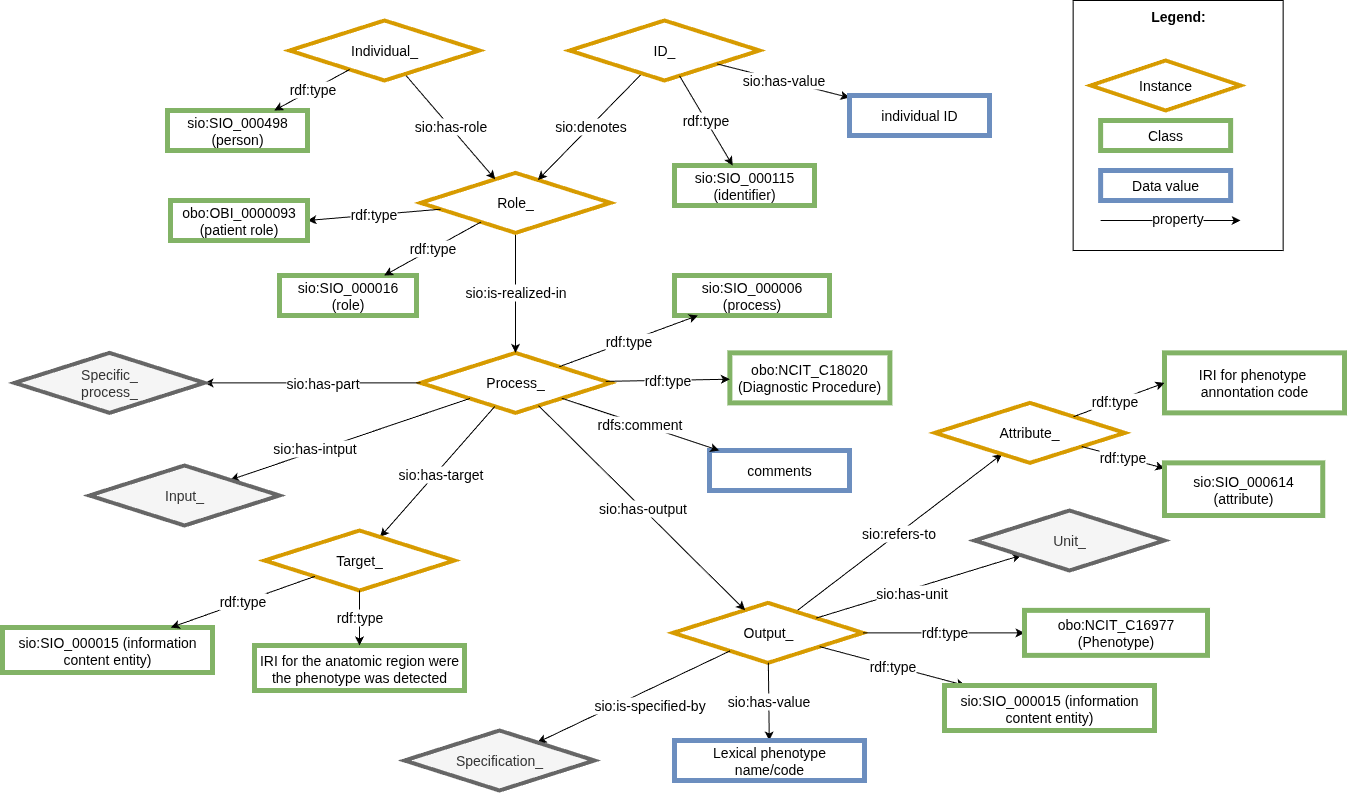
CARE-SM/CARE-Semantic-Model keeps this draw.io diagram as images/CARE-SM-Phenotype.drawio.png. Above is the earlier version. Source tidied: cells renumbered, new cells last; positions are measured from the earlier drawing's top-left corner, leaving out a move shared by most shapes.
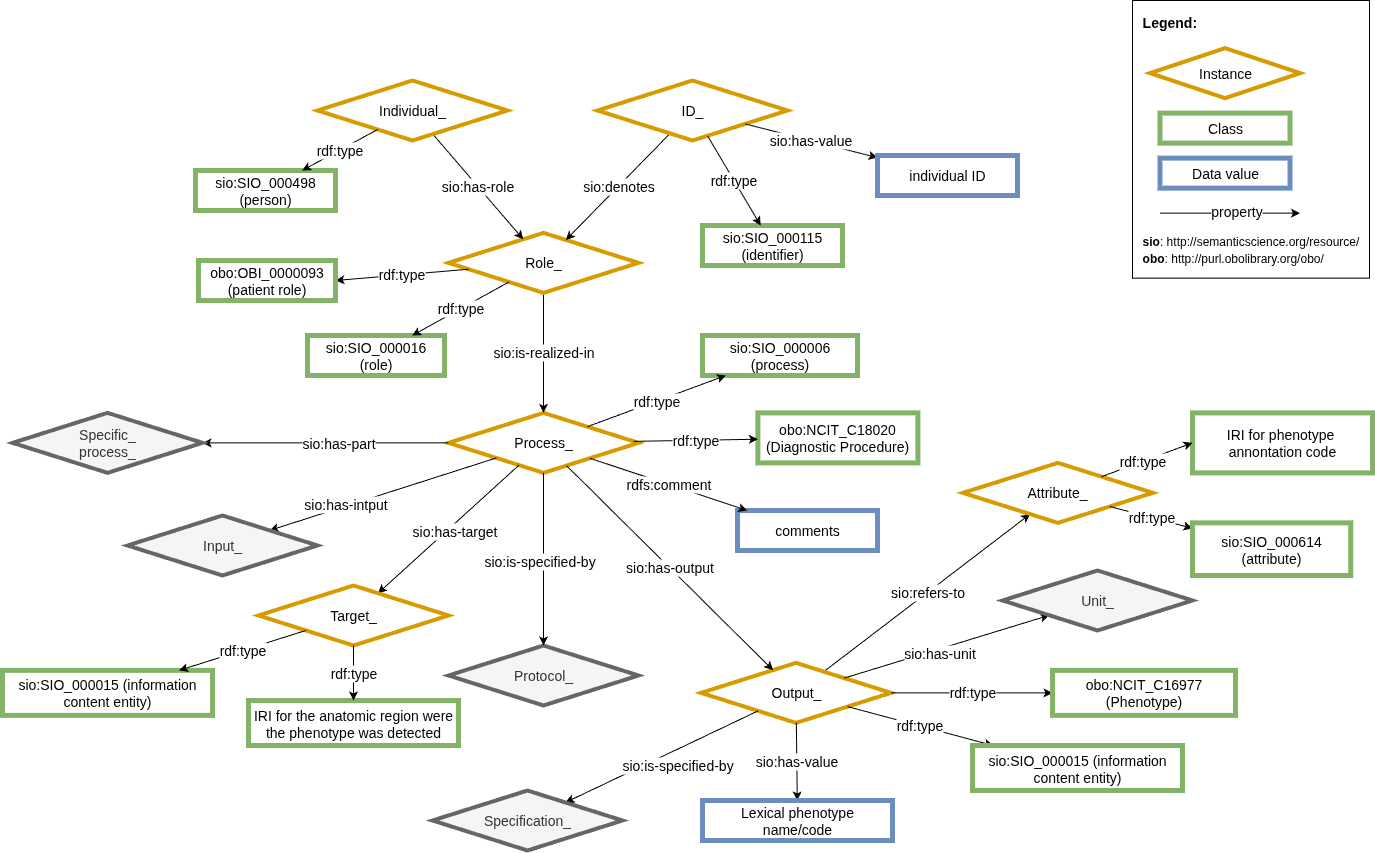
The same file after the commit.

The edit, as a diff of the source:
```diff
@@ -76,7 +76,7 @@
       <mxGeometry x="402" y="730" width="190" height="60" as="geometry" />
     </mxCell>
     <mxCell id="25" value="Input_" style="rhombus;whiteSpace=wrap;html=1;fillColor=#f5f5f5;strokeColor=#666666;perimeter=rhombusPerimeter;arcSize=20;comic=0;enumerate=0;strokeWidth=4;rounded=0;fontSize=14;fontColor=#333333;" parent="1" vertex="1">
-      <mxGeometry x="87" y="465" width="190" height="60" as="geometry" />
+      <mxGeometry x="97" y="455" width="190" height="60" as="geometry" />
     </mxCell>
     <mxCell id="26" style="edgeStyle=none;rounded=0;jettySize=auto;html=1;fontSize=14;" parent="1" edge="1" source="3" target="28">
       <mxGeometry relative="1" as="geometry" />
@@ -89,24 +89,6 @@
     <mxCell id="28" value="Unit_" style="rhombus;whiteSpace=wrap;html=1;fillColor=#f5f5f5;strokeColor=#666666;perimeter=rhombusPerimeter;arcSize=20;comic=0;enumerate=0;strokeWidth=4;rounded=0;fontSize=14;fontColor=#333333;" parent="1" vertex="1">
       <mxGeometry x="972" y="510" width="190" height="60" as="geometry" />
     </mxCell>
-    <mxCell id="29" value="&lt;div style=&quot;text-align: left; font-size: 14px;&quot;&gt;&lt;span style=&quot;background-color: initial; font-size: 14px;&quot;&gt;&lt;b style=&quot;font-size: 14px;&quot;&gt;&lt;font style=&quot;font-size: 14px;&quot;&gt;Legend:&lt;/font&gt;&lt;/b&gt;&lt;/span&gt;&lt;/div&gt;&lt;div style=&quot;text-align: left; font-size: 14px;&quot;&gt;&lt;span style=&quot;background-color: initial; font-size: 14px;&quot;&gt;&lt;br style=&quot;font-size: 14px;&quot;&gt;&lt;/span&gt;&lt;/div&gt;&lt;div style=&quot;text-align: left; font-size: 14px;&quot;&gt;&lt;span style=&quot;background-color: initial; font-size: 14px;&quot;&gt;&lt;br style=&quot;font-size: 14px;&quot;&gt;&lt;/span&gt;&lt;/div&gt;&lt;div style=&quot;text-align: left; font-size: 14px;&quot;&gt;&lt;span style=&quot;background-color: initial; font-size: 14px;&quot;&gt;&lt;br style=&quot;font-size: 14px;&quot;&gt;&lt;/span&gt;&lt;/div&gt;&lt;div style=&quot;text-align: left; font-size: 14px;&quot;&gt;&lt;br style=&quot;font-size: 14px;&quot;&gt;&lt;/div&gt;&lt;div style=&quot;text-align: left; font-size: 14px;&quot;&gt;&lt;br style=&quot;font-size: 14px;&quot;&gt;&lt;/div&gt;&lt;div style=&quot;text-align: left; font-size: 14px;&quot;&gt;&lt;br style=&quot;font-size: 14px;&quot;&gt;&lt;/div&gt;&lt;div style=&quot;text-align: left; font-size: 14px;&quot;&gt;&lt;br style=&quot;font-size: 14px;&quot;&gt;&lt;/div&gt;&lt;div style=&quot;text-align: left; font-size: 14px;&quot;&gt;&lt;br style=&quot;font-size: 14px;&quot;&gt;&lt;/div&gt;&lt;div style=&quot;text-align: left; font-size: 14px;&quot;&gt;&lt;span style=&quot;background-color: initial; font-size: 14px;&quot;&gt;&lt;br style=&quot;font-size: 14px;&quot;&gt;&lt;/span&gt;&lt;/div&gt;&lt;div style=&quot;text-align: left; font-size: 14px;&quot;&gt;&lt;span style=&quot;background-color: initial; font-size: 14px;&quot;&gt;&lt;br style=&quot;font-size: 14px;&quot;&gt;&lt;/span&gt;&lt;/div&gt;&lt;div style=&quot;text-align: left; font-size: 14px;&quot;&gt;&lt;span style=&quot;background-color: initial; font-size: 14px;&quot;&gt;&lt;br style=&quot;font-size: 14px;&quot;&gt;&lt;/span&gt;&lt;/div&gt;&lt;div style=&quot;text-align: left; font-size: 14px;&quot;&gt;&lt;span style=&quot;background-color: initial; font-size: 14px;&quot;&gt;&lt;br style=&quot;font-size: 14px;&quot;&gt;&lt;/span&gt;&lt;/div&gt;&lt;div style=&quot;text-align: left; font-size: 14px;&quot;&gt;&lt;span style=&quot;background-color: initial; font-size: 14px;&quot;&gt;&lt;br style=&quot;font-size: 14px;&quot;&gt;&lt;/span&gt;&lt;/div&gt;" style="rounded=0;whiteSpace=wrap;html=1;fontSize=14;" parent="1" vertex="1">
-      <mxGeometry x="1070.6" width="210" height="250" as="geometry" />
-    </mxCell>
-    <mxCell id="30" value="Class" style="whiteSpace=wrap;html=1;fillColor=#FFFFFF;strokeColor=#82b366;strokeWidth=5;fontSize=14;" parent="1" vertex="1">
-      <mxGeometry x="1098.1" y="120" width="130" height="30" as="geometry" />
-    </mxCell>
-    <mxCell id="31" value="Instance" style="rhombus;whiteSpace=wrap;html=1;fillColor=#FFFFFF;strokeColor=#D79B00;rotation=0;perimeter=rhombusPerimeter;arcSize=20;comic=0;enumerate=0;strokeWidth=4;rounded=0;fontSize=14;" parent="1" vertex="1">
-      <mxGeometry x="1088.1" y="60" width="150" height="50" as="geometry" />
-    </mxCell>
-    <mxCell id="32" value="Data value" style="whiteSpace=wrap;html=1;fillColor=#FFFFFF;strokeColor=#6c8ebf;strokeWidth=5;fontSize=14;" parent="1" vertex="1">
-      <mxGeometry x="1098.1" y="170" width="130" height="30" as="geometry" />
-    </mxCell>
-    <mxCell id="33" value="property" style="rounded=0;orthogonalLoop=1;jettySize=auto;html=1;exitX=1;exitY=1;exitDx=0;exitDy=0;fontSize=14;" parent="1" edge="1">
-      <mxGeometry x="0.09" y="2" relative="1" as="geometry">
-        <mxPoint x="1098.1" y="220" as="sourcePoint" />
-        <mxPoint x="1238.1" y="220" as="targetPoint" />
-      </mxGeometry>
-    </mxCell>
     <mxCell id="34" value="rdf:type" style="edgeStyle=none;rounded=0;jettySize=auto;html=1;fontSize=14;" parent="1" edge="1" source="13" target="19">
       <mxGeometry relative="1" as="geometry" />
     </mxCell>
@@ -130,7 +112,7 @@
       </mxGeometry>
     </mxCell>
     <mxCell id="40" value="Specific_&lt;div&gt;process_&lt;/div&gt;" style="rhombus;whiteSpace=wrap;html=1;fillColor=#f5f5f5;strokeColor=#666666;perimeter=rhombusPerimeter;arcSize=20;comic=0;enumerate=0;strokeWidth=4;rounded=0;fontSize=14;fontColor=#333333;" parent="1" vertex="1">
-      <mxGeometry x="12" y="352.4" width="190" height="60" as="geometry" />
+      <mxGeometry x="-18" y="352.4" width="190" height="60" as="geometry" />
     </mxCell>
     <mxCell id="41" value="rdf:type" style="edgeStyle=none;rounded=0;jettySize=auto;html=1;fontSize=14;" parent="1" edge="1" source="9" target="17">
       <mxGeometry relative="1" as="geometry" />
@@ -184,13 +166,13 @@
       <mxGeometry x="672" y="740" width="190" height="40" as="geometry" />
     </mxCell>
     <mxCell id="58" value="Target_" style="rhombus;whiteSpace=wrap;html=1;fillColor=#FFFFFF;strokeColor=#D79B00;perimeter=rhombusPerimeter;arcSize=20;comic=0;enumerate=0;strokeWidth=4;rounded=0;fontSize=14;" parent="1" vertex="1">
-      <mxGeometry x="262" y="530" width="190" height="60" as="geometry" />
+      <mxGeometry x="228" y="525" width="190" height="60" as="geometry" />
     </mxCell>
     <mxCell id="59" value="&lt;font style=&quot;font-size: 14px;&quot;&gt;sio:SIO_000015 (information content entity)&lt;/font&gt;" style="whiteSpace=wrap;html=1;fillColor=#FFFFFF;strokeColor=#82b366;strokeWidth=5;fontSize=14;" parent="1" vertex="1">
-      <mxGeometry y="627" width="210" height="45" as="geometry" />
+      <mxGeometry x="-28" y="609.9" width="210" height="45" as="geometry" />
     </mxCell>
     <mxCell id="60" value="IRI for the anatomic region were the phenotype was detected" style="whiteSpace=wrap;html=1;fillColor=#FFFFFF;strokeColor=#82b366;strokeWidth=5;fontSize=14;" parent="1" vertex="1">
-      <mxGeometry x="252" y="645" width="210" height="45" as="geometry" />
+      <mxGeometry x="218" y="640" width="210" height="45" as="geometry" />
     </mxCell>
     <mxCell id="61" value="rdf:type" style="edgeStyle=none;rounded=0;jettySize=auto;html=1;fontSize=14;" parent="1" edge="1" source="58" target="60">
       <mxGeometry relative="1" as="geometry" />
@@ -198,5 +180,34 @@
     <mxCell id="62" value="rdf:type" style="edgeStyle=none;rounded=0;jettySize=auto;html=1;fontSize=14;" parent="1" edge="1" source="58" target="59">
       <mxGeometry relative="1" as="geometry" />
     </mxCell>
+    <mxCell id="63" value="Protocol_" style="rhombus;whiteSpace=wrap;html=1;fillColor=#f5f5f5;strokeColor=#666666;perimeter=rhombusPerimeter;arcSize=20;comic=0;enumerate=0;strokeWidth=4;rounded=0;fontSize=14;fontColor=#333333;" parent="1" vertex="1">
+      <mxGeometry x="418" y="585" width="190" height="60" as="geometry" />
+    </mxCell>
+    <mxCell id="64" style="edgeStyle=none;rounded=0;jettySize=auto;html=1;strokeWidth=1;fontSize=14;" parent="1" edge="1" source="4" target="63">
+      <mxGeometry relative="1" as="geometry" />
+    </mxCell>
+    <mxCell id="65" value="sio:is-specified-by" style="edgeLabel;html=1;align=center;verticalAlign=middle;fontSize=14;" parent="64" vertex="1">
+      <mxGeometry x="-0.21" y="-1" relative="1" as="geometry">
+        <mxPoint x="-4" y="19" as="offset" />
+      </mxGeometry>
+    </mxCell>
+    <mxCell id="66" value="&lt;div style=&quot;text-align: left; font-size: 14px;&quot;&gt;&lt;span style=&quot;background-color: initial; font-size: 14px;&quot;&gt;&lt;b style=&quot;font-size: 14px;&quot;&gt;&lt;font style=&quot;font-size: 14px;&quot;&gt;Legend:&lt;/font&gt;&lt;/b&gt;&lt;/span&gt;&lt;/div&gt;&lt;div style=&quot;text-align: left; font-size: 14px;&quot;&gt;&lt;span style=&quot;background-color: initial; font-size: 14px;&quot;&gt;&lt;br style=&quot;font-size: 14px;&quot;&gt;&lt;/span&gt;&lt;/div&gt;&lt;div style=&quot;text-align: left; font-size: 14px;&quot;&gt;&lt;span style=&quot;background-color: initial; font-size: 14px;&quot;&gt;&lt;br style=&quot;font-size: 14px;&quot;&gt;&lt;/span&gt;&lt;/div&gt;&lt;div style=&quot;text-align: left; font-size: 14px;&quot;&gt;&lt;span style=&quot;background-color: initial; font-size: 14px;&quot;&gt;&lt;br style=&quot;font-size: 14px;&quot;&gt;&lt;/span&gt;&lt;/div&gt;&lt;div style=&quot;text-align: left; font-size: 14px;&quot;&gt;&lt;br style=&quot;font-size: 14px;&quot;&gt;&lt;/div&gt;&lt;div style=&quot;text-align: left; font-size: 14px;&quot;&gt;&lt;br style=&quot;font-size: 14px;&quot;&gt;&lt;/div&gt;&lt;div style=&quot;text-align: left; font-size: 14px;&quot;&gt;&lt;br style=&quot;font-size: 14px;&quot;&gt;&lt;/div&gt;&lt;div style=&quot;text-align: left; font-size: 14px;&quot;&gt;&lt;br style=&quot;font-size: 14px;&quot;&gt;&lt;/div&gt;&lt;div style=&quot;text-align: left; font-size: 14px;&quot;&gt;&lt;br style=&quot;font-size: 14px;&quot;&gt;&lt;/div&gt;&lt;div style=&quot;text-align: left; font-size: 14px;&quot;&gt;&lt;span style=&quot;background-color: initial; font-size: 14px;&quot;&gt;&lt;br style=&quot;font-size: 14px;&quot;&gt;&lt;/span&gt;&lt;/div&gt;&lt;div style=&quot;text-align: left; font-size: 14px;&quot;&gt;&lt;span style=&quot;background-color: initial; font-size: 14px;&quot;&gt;&lt;br style=&quot;font-size: 14px;&quot;&gt;&lt;/span&gt;&lt;/div&gt;&lt;div style=&quot;text-align: left; font-size: 14px;&quot;&gt;&lt;span style=&quot;background-color: initial; font-size: 14px;&quot;&gt;&lt;br style=&quot;font-size: 14px;&quot;&gt;&lt;/span&gt;&lt;/div&gt;&lt;div style=&quot;text-align: left; font-size: 14px;&quot;&gt;&lt;span style=&quot;background-color: initial; font-size: 14px;&quot;&gt;&lt;br style=&quot;font-size: 14px;&quot;&gt;&lt;/span&gt;&lt;/div&gt;&lt;div style=&quot;text-align: left; font-size: 14px;&quot;&gt;&lt;b style=&quot;background-color: transparent; color: light-dark(rgb(0, 0, 0), rgb(255, 255, 255)); font-size: 12px; text-align: center;&quot;&gt;sio&lt;/b&gt;&lt;span style=&quot;background-color: transparent; color: light-dark(rgb(0, 0, 0), rgb(255, 255, 255)); font-size: 12px; text-align: center;&quot;&gt;: http://semanticscience.org/resource/&lt;/span&gt;&lt;/div&gt;&lt;div style=&quot;text-align: left;&quot;&gt;&lt;span style=&quot;font-size: 12px; background-color: transparent; color: light-dark(rgb(0, 0, 0), rgb(255, 255, 255)); text-align: center;&quot;&gt;&lt;b&gt;obo&lt;/b&gt;:&amp;nbsp;&lt;/span&gt;&lt;span style=&quot;background-color: transparent; text-align: center; font-size: 12px;&quot;&gt;http://purl.obolibrary.org/obo/&lt;/span&gt;&lt;/div&gt;" style="rounded=0;whiteSpace=wrap;html=1;fontSize=14;" parent="1" vertex="1">
+      <mxGeometry x="1102" y="-60" width="237" height="277.6" as="geometry" />
+    </mxCell>
+    <mxCell id="30" value="Class" style="whiteSpace=wrap;html=1;fillColor=#FFFFFF;strokeColor=#82b366;strokeWidth=5;fontSize=14;" parent="1" vertex="1">
+      <mxGeometry x="1129.5" y="52.6" width="130" height="30" as="geometry" />
+    </mxCell>
+    <mxCell id="31" value="Instance" style="rhombus;whiteSpace=wrap;html=1;fillColor=#FFFFFF;strokeColor=#D79B00;rotation=0;perimeter=rhombusPerimeter;arcSize=20;comic=0;enumerate=0;strokeWidth=4;rounded=0;fontSize=14;" parent="1" vertex="1">
+      <mxGeometry x="1119.5" y="-12.4" width="150" height="50" as="geometry" />
+    </mxCell>
+    <mxCell id="32" value="Data value" style="whiteSpace=wrap;html=1;fillColor=#FFFFFF;strokeColor=#6c8ebf;strokeWidth=5;fontSize=14;" parent="1" vertex="1">
+      <mxGeometry x="1129.5" y="97.6" width="130" height="30" as="geometry" />
+    </mxCell>
+    <mxCell id="33" value="property" style="rounded=0;orthogonalLoop=1;jettySize=auto;html=1;exitX=1;exitY=1;exitDx=0;exitDy=0;fontSize=14;" parent="1" edge="1">
+      <mxGeometry x="0.09" y="2" relative="1" as="geometry">
+        <mxPoint x="1129.5" y="152.6" as="sourcePoint" />
+        <mxPoint x="1269.5" y="152.6" as="targetPoint" />
+      </mxGeometry>
+    </mxCell>
   </root>
 </mxGraphModel>
```
